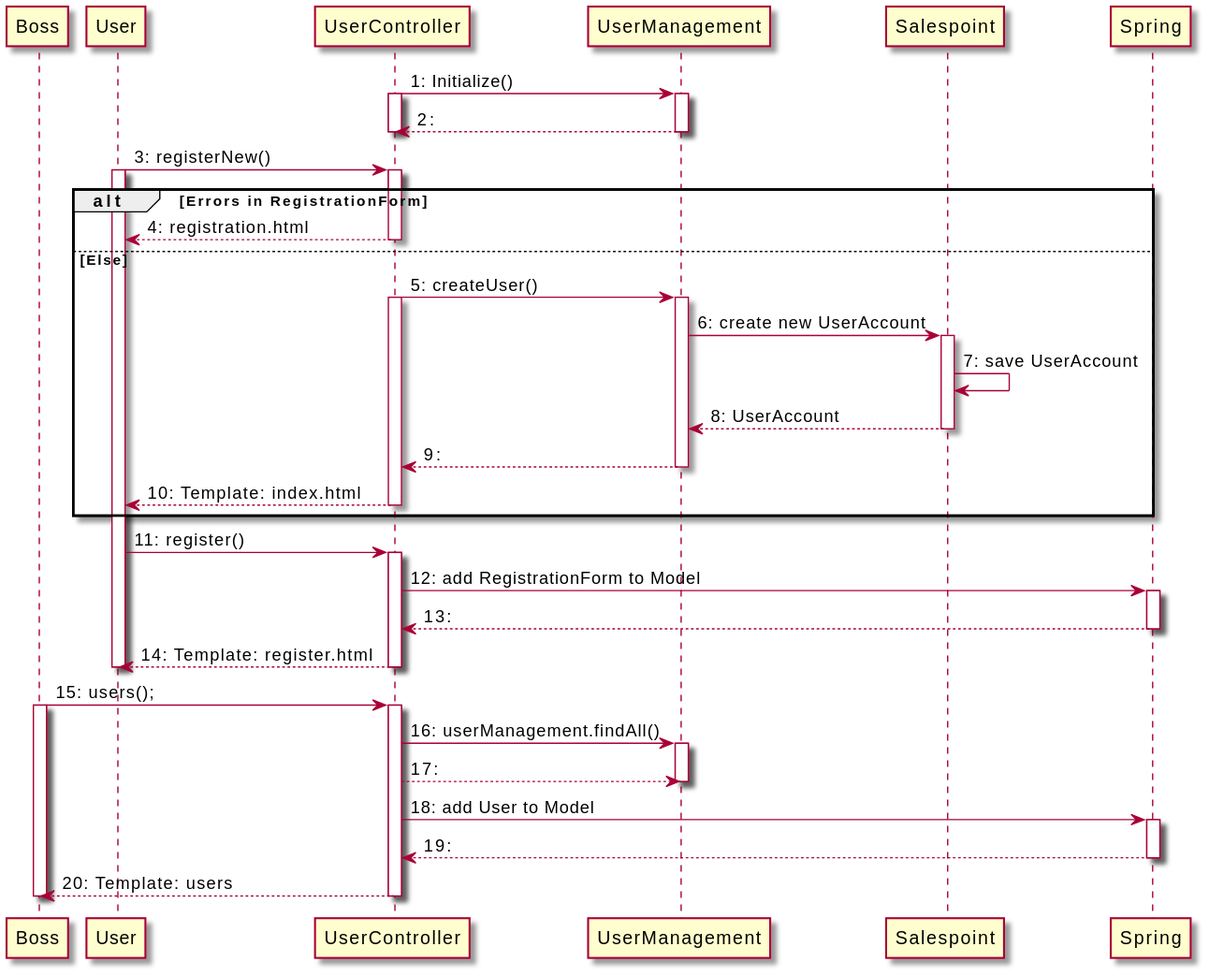
This is src/main/asciidoc/diagrams/developer_docu/seq_user.svg from mezh450d/Software-Technology, a PlantUML export, as it was before one commit.
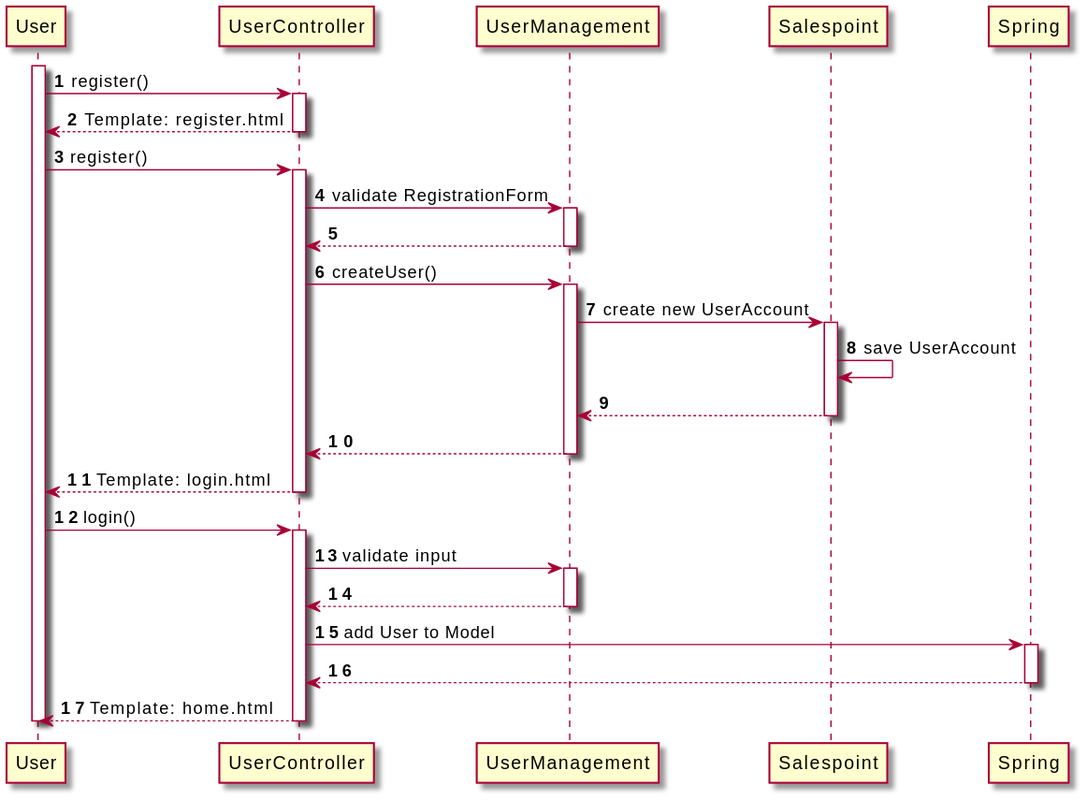
Above is the later version.

Change to the diagram source:
```diff
@@ -1,60 +1,54 @@
 @startuml
-participant Boss order 1
-participant User order 2
-participant UserController order 3
-participant UserManagement order 4
-participant Salespoint order 5
-participant Spring order 6
+participant User order 1
+participant UserController order 2
+participant UserManagement order 3
+participant Salespoint order 4
+participant Spring order 5
 
-UserController -> UserManagement : 1: Initialize()
+autonumber
+
+activate User
+User -> UserController : register()
 activate UserController
-activate UserManagement
-UserController <-- UserManagement : 2:
-deactivate UserManagement
+User <-- UserController : Template: register.html
 deactivate UserController
 
-User -> UserController : 3: registerNew()
-activate User
-alt Errors in RegistrationForm
-    activate UserController
-    User <-- UserController : 4: registration.html
-    deactivate UserController
-else Else
-    UserController -> UserManagement : 5: createUser()
-    activate UserController
-    activate UserManagement
-    UserManagement -> Salespoint : 6: create new UserAccount
-    activate Salespoint
-    Salespoint -> Salespoint : 7: save UserAccount
-    UserManagement <-- Salespoint : 8: UserAccount
-    deactivate Salespoint
-    UserController <-- UserManagement : 9:
-    deactivate UserManagement
-    User <-- UserController : 10: Template: index.html
-    deactivate UserController
-end
-User -> UserController : 11: register()
+User -> UserController : register()
 activate UserController
-UserController -> Spring : 12: add RegistrationForm to Model
+
+UserController -> UserManagement: validate RegistrationForm
+activate UserManagement
+UserManagement --> UserController
+deactivate UserManagement
+
+UserController -> UserManagement : createUser()
+activate UserManagement
+UserManagement -> Salespoint : create new UserAccount
+activate Salespoint
+Salespoint -> Salespoint : save UserAccount
+Salespoint  --> UserManagement
+deactivate Salespoint
+UserManagement  --> UserController :
+deactivate UserManagement
+
+UserController --> User : Template: login.html
+deactivate UserController
+
+User -> UserController : login()
+activate UserController
+
+UserController -> UserManagement: validate input
+activate UserManagement
+UserManagement --> UserController
+deactivate UserManagement
+
+UserController -> Spring : add User to Model
 activate Spring
-UserController <-- Spring : 13:
+Spring --> UserController
 deactivate Spring
-User <-- UserController : 14: Template: register.html
+
+UserController --> User : Template: home.html
 deactivate UserController
+
 deactivate User
-
-Boss -> UserController : 15: users();
-activate Boss
-activate UserController
-UserController -> UserManagement : 16: userManagement.findAll()
-activate UserManagement
-UserManagement <-- UserController : 17:
-deactivate UserManagement
-UserController -> Spring : 18: add User to Model
-activate Spring
-UserController <-- Spring : 19:
-deactivate Spring
-Boss <-- UserController : 20: Template: users
-deactivate UserController
-deactivate Boss
 @enduml
```
